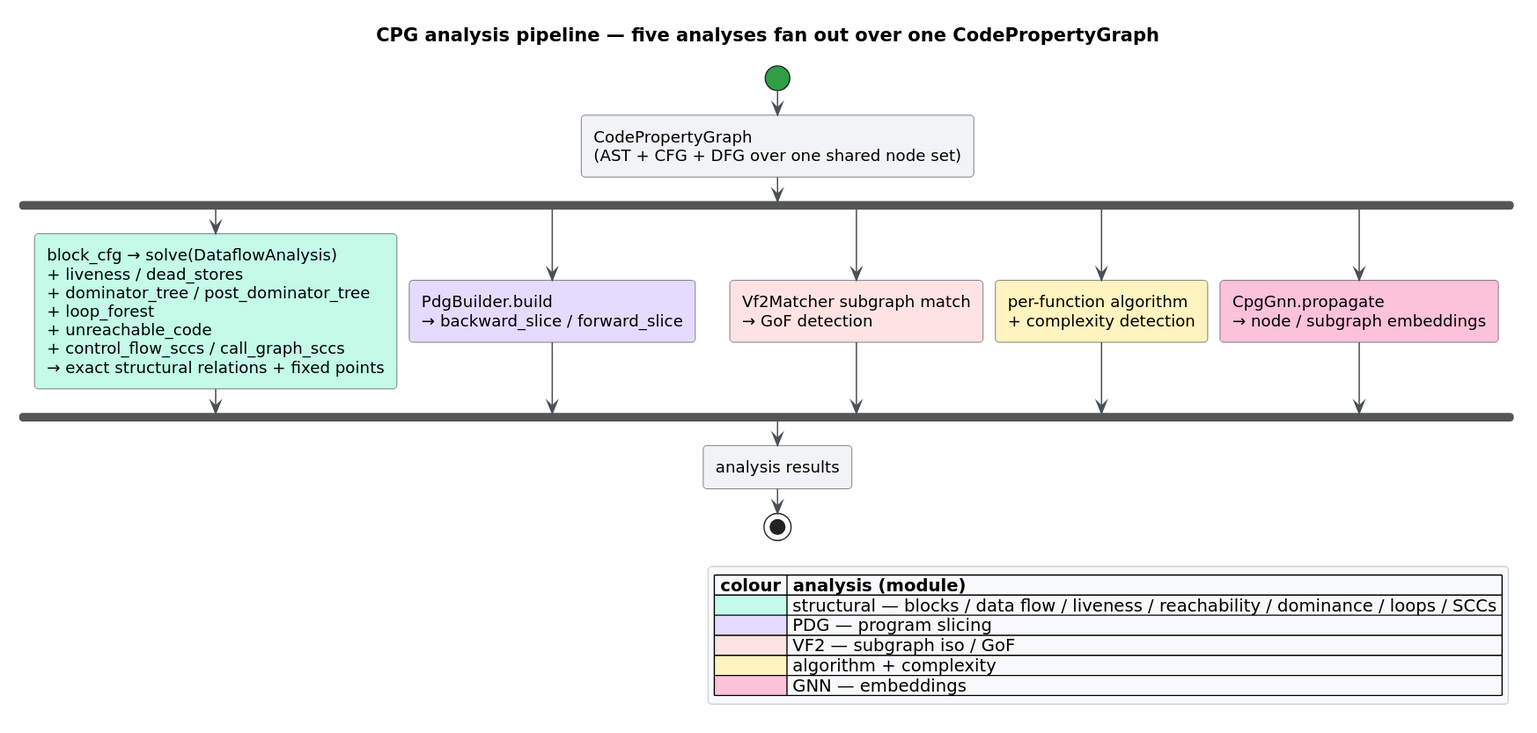
Earlier version of the PlantUML export docs/diagrams/analysis-pipeline.svg (vinary-tree/libcpg). Its source is kept beside it as docs/diagrams/analysis-pipeline.puml.
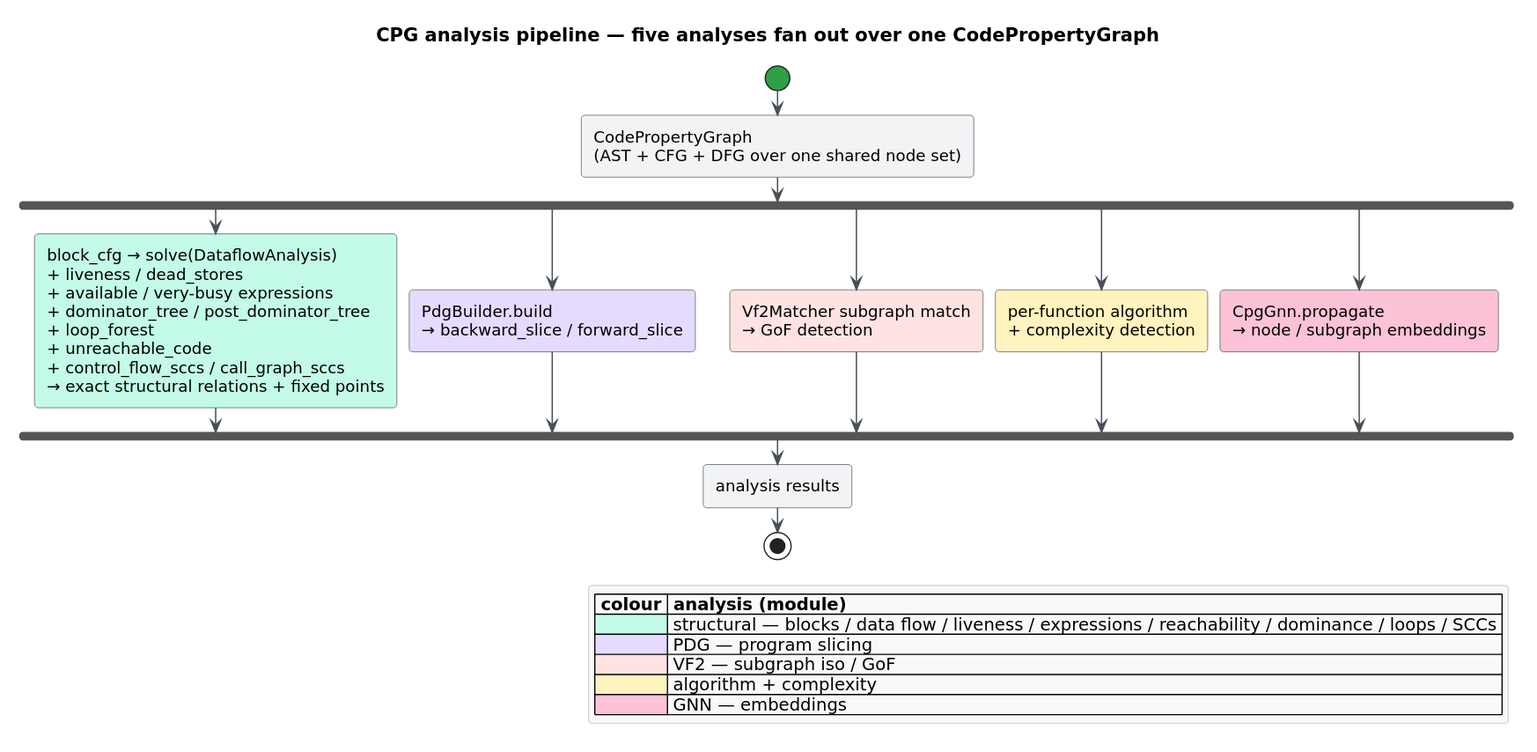
The same file after the commit.

The edit, as a diff of the source:
```diff
@@ -7,6 +7,7 @@
 fork
   :block_cfg → solve(DataflowAnalysis)
   + liveness / dead_stores
+  + available / very-busy expressions
   + dominator_tree / post_dominator_tree
   + loop_forest
   + unreachable_code
@@ -29,7 +30,7 @@
 stop
 legend right
   |= colour |= analysis (module) |
-  |<#C3FAE8>| structural — blocks / data flow / liveness / reachability / dominance / loops / SCCs |
+  |<#C3FAE8>| structural — blocks / data flow / liveness / expressions / reachability / dominance / loops / SCCs |
   |<#E5DBFF>| PDG — program slicing |
   |<#FFE3E3>| VF2 — subgraph iso / GoF |
   |<#FFF3BF>| algorithm + complexity |
```
